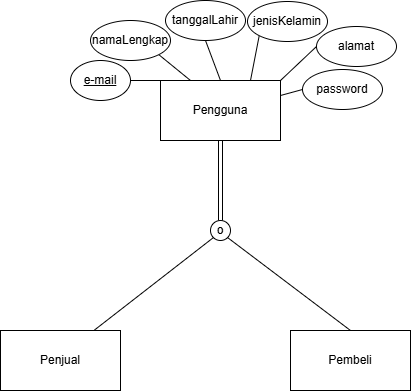
Above: ti1_basdat.drawio.png in anthef/anthef (draw.io), before the change. Source tidied: cells renumbered, new cells last; positions are measured from the earlier drawing's top-left corner, leaving out a move shared by most shapes.
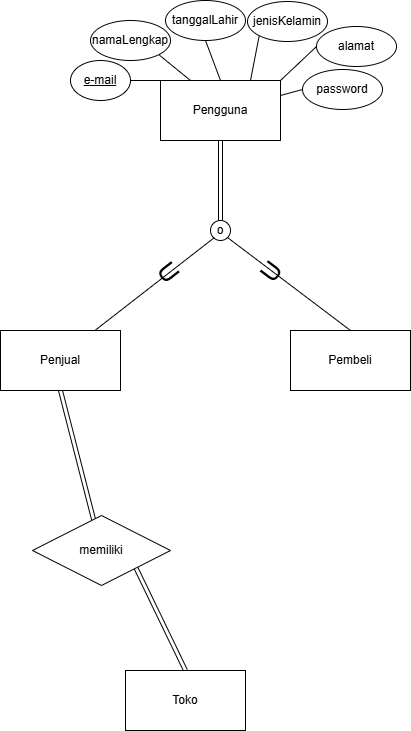
The same file after the commit.

Commit message:
p3 otw mau mkn dl

Diff of the diagram source:
```diff
@@ -47,17 +47,38 @@
     <mxCell id="16" value="o" style="ellipse;whiteSpace=wrap;html=1;" parent="1" vertex="1">
       <mxGeometry x="210" y="220" width="20" height="20" as="geometry" />
     </mxCell>
+    <mxCell id="21" style="rounded=0;jettySize=auto;html=1;exitX=0.5;exitY=1;exitDx=0;exitDy=0;shape=link;" parent="1" edge="1" source="17" target="23">
+      <mxGeometry relative="1" as="geometry" />
+    </mxCell>
     <mxCell id="17" value="Penjual" style="rounded=0;whiteSpace=wrap;html=1;" parent="1" vertex="1">
       <mxGeometry y="330" width="120" height="60" as="geometry" />
     </mxCell>
     <mxCell id="18" value="Pembeli" style="rounded=0;whiteSpace=wrap;html=1;" parent="1" vertex="1">
       <mxGeometry x="290" y="330" width="120" height="60" as="geometry" />
     </mxCell>
-    <mxCell id="19" style="rounded=0;jettySize=auto;html=1;exitX=0;exitY=1;exitDx=0;exitDy=0;entryX=0.782;entryY=-0.006;entryDx=0;entryDy=0;entryPerimeter=0;endArrow=none;startFill=0;" parent="1" edge="1" source="16" target="17">
-      <mxGeometry relative="1" as="geometry" />
+    <mxCell id="19" style="rounded=0;orthogonalLoop=1;jettySize=auto;html=1;exitX=0;exitY=1;exitDx=0;exitDy=0;entryX=0.782;entryY=-0.006;entryDx=0;entryDy=0;entryPerimeter=0;endArrow=none;startFill=0;" parent="1" edge="1">
+      <mxGeometry relative="1" as="geometry">
+        <mxPoint x="213.9" y="237.1" as="sourcePoint" />
+        <mxPoint x="94.8" y="329.6" as="targetPoint" />
+      </mxGeometry>
     </mxCell>
     <mxCell id="20" style="rounded=0;jettySize=auto;html=1;exitX=1;exitY=1;exitDx=0;exitDy=0;entryX=0.5;entryY=0;entryDx=0;entryDy=0;endArrow=none;startFill=0;" parent="1" edge="1" source="16" target="18">
       <mxGeometry relative="1" as="geometry" />
     </mxCell>
+    <mxCell id="22" style="rounded=0;jettySize=auto;html=1;exitX=1;exitY=1;exitDx=0;exitDy=0;entryX=0.5;entryY=0;entryDx=0;entryDy=0;shape=link;" parent="1" edge="1" source="23" target="24">
+      <mxGeometry relative="1" as="geometry" />
+    </mxCell>
+    <mxCell id="23" value="memiliki" style="rhombus;whiteSpace=wrap;html=1;" parent="1" vertex="1">
+      <mxGeometry x="32" y="515" width="138" height="70" as="geometry" />
+    </mxCell>
+    <mxCell id="24" value="Toko" style="rounded=0;whiteSpace=wrap;html=1;" parent="1" vertex="1">
+      <mxGeometry x="125" y="670" width="120" height="60" as="geometry" />
+    </mxCell>
+    <mxCell id="25" value="&lt;font style=&quot;font-size: 25px;&quot;&gt;U&lt;/font&gt;" style="text;html=1;align=center;verticalAlign=middle;strokeColor=none;fillColor=none;rotation=52;" parent="1" vertex="1">
+      <mxGeometry x="149" y="251" width="40" height="40" as="geometry" />
+    </mxCell>
+    <mxCell id="26" value="&lt;font style=&quot;font-size: 25px;&quot;&gt;U&lt;/font&gt;" style="text;html=1;align=center;verticalAlign=middle;strokeColor=none;fillColor=none;rotation=307;" parent="1" vertex="1">
+      <mxGeometry x="250" y="251" width="40" height="40" as="geometry" />
+    </mxCell>
   </root>
 </mxGraphModel>
```
